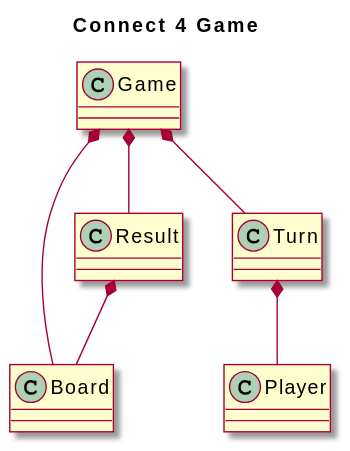
Before: docs/connect4game.svg, a diagram exported from PlantUML (marcmorente/connect4game). Its diagram source:
```plantuml
@startuml
skin rose
title Connect 4 Game
class Game
class Player
class Board
class Turn
class Result
Game *-- Board
Game *-- Turn
Game *-- Result
Result *-- Board
Turn *-- Player
@enduml
```
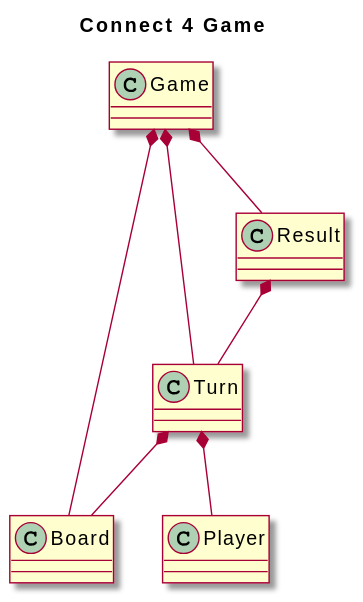
The same file after the commit.

What changed in the source:
```diff
@@ -9,6 +9,7 @@
 Game *-- Board
 Game *-- Turn
 Game *-- Result
-Result *-- Board
+Result *-- Turn
 Turn *-- Player
+Turn *-- Board
 @enduml
```
